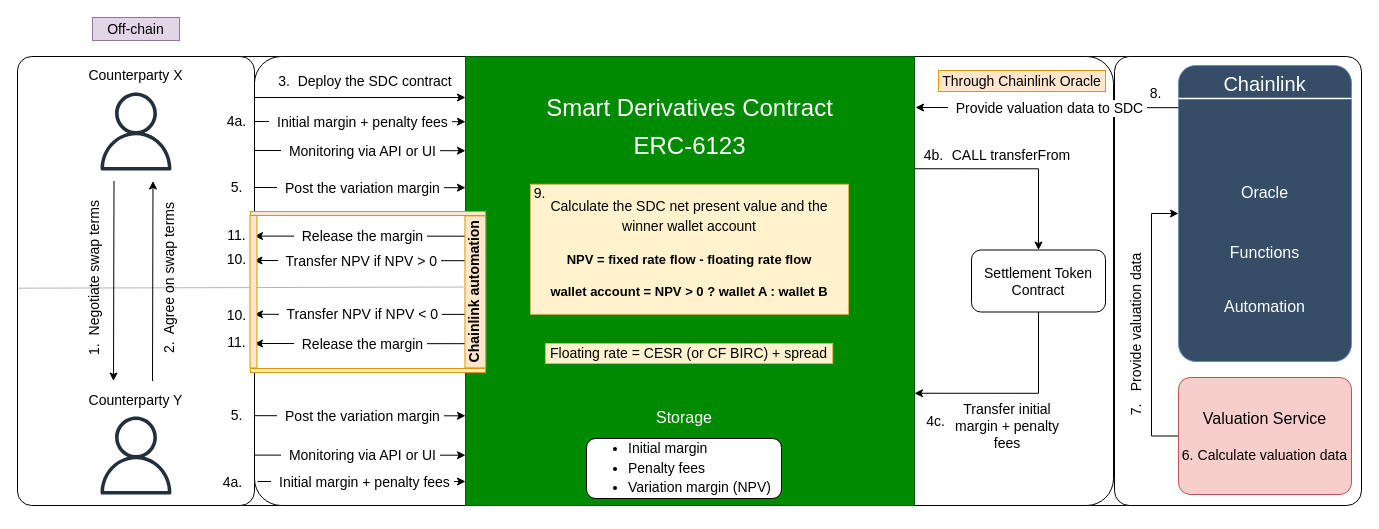
Edoumou/drawings keeps this draw.io diagram as page "PoC" (5 of 7) of qualitaX.drawio. Above is the earlier version. Source tidied: cells renumbered, new cells numbered last; positions are measured from the earlier drawing's top-left corner, leaving out a move shared by most shapes. Both pictures are drawn from the tidied source at 100%, with x=0, y=0 at pixel (13, 17).
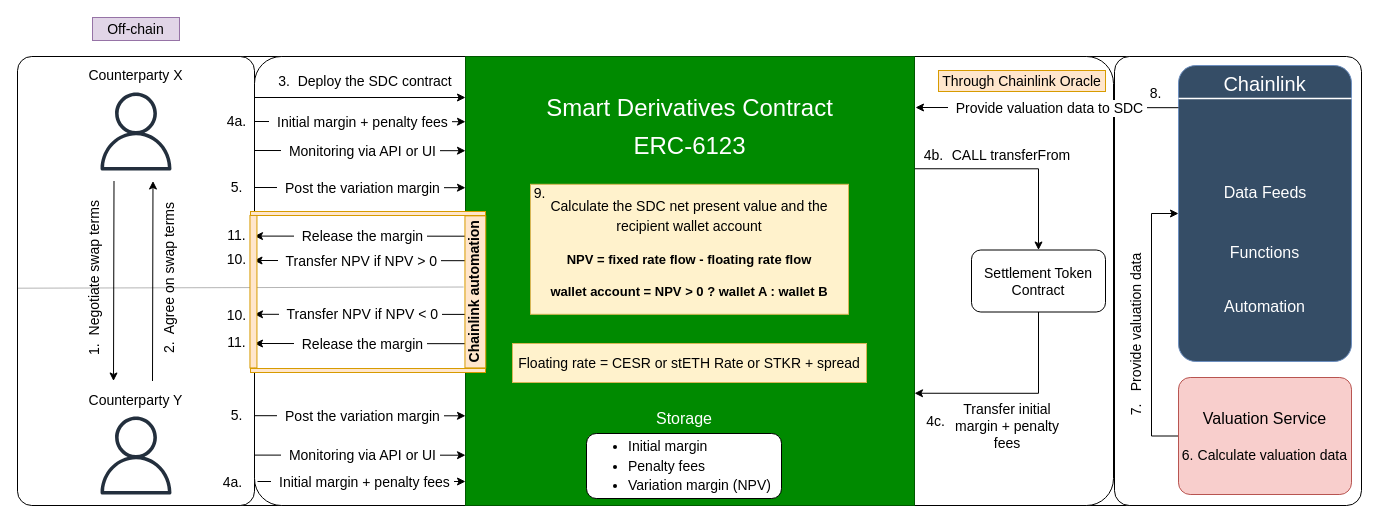
After the change.

Change to the diagram source:
```diff
@@
-    <mxCell id="29" value="&lt;p style=&quot;line-height: 160%;&quot;&gt;&lt;font style=&quot;font-size: 14px;&quot;&gt;Calculate the SDC net present value and the winner wallet account&lt;/font&gt;&lt;/p&gt;&lt;p style=&quot;line-height: 160%;&quot;&gt;&lt;font style=&quot;font-size: 13px;&quot;&gt;&lt;b&gt;NPV = fixed rate flow - floating rate flow&lt;/b&gt;&lt;/font&gt;&lt;/p&gt;&lt;p style=&quot;line-height: 160%;&quot;&gt;&lt;font style=&quot;font-size: 13px;&quot;&gt;&lt;b&gt;wallet account = NPV &amp;gt; 0 ? wallet A : wallet B&lt;/b&gt;&lt;/font&gt;&lt;/p&gt;" style="text;html=1;align=center;verticalAlign=middle;whiteSpace=wrap;rounded=0;fillColor=#fff2cc;strokeColor=#d6b656;" parent="1" vertex="1">
+    <mxCell id="29" value="&lt;p style=&quot;line-height: 160%;&quot;&gt;&lt;font style=&quot;font-size: 14px;&quot;&gt;Calculate the SDC net present value and the recipient wallet account&lt;/font&gt;&lt;/p&gt;&lt;p style=&quot;line-height: 160%;&quot;&gt;&lt;font style=&quot;font-size: 13px;&quot;&gt;&lt;b&gt;NPV = fixed rate flow - floating rate flow&lt;/b&gt;&lt;/font&gt;&lt;/p&gt;&lt;p style=&quot;line-height: 160%;&quot;&gt;&lt;font style=&quot;font-size: 13px;&quot;&gt;&lt;b&gt;wallet account = NPV &amp;gt; 0 ? wallet A : wallet B&lt;/b&gt;&lt;/font&gt;&lt;/p&gt;" style="text;html=1;align=center;verticalAlign=middle;whiteSpace=wrap;rounded=0;fillColor=#fff2cc;strokeColor=#d6b656;" parent="1" vertex="1">
       <mxGeometry x="517" y="166.8" width="318" height="130" as="geometry" />
     </mxCell>
@@
     <mxCell id="38" style="group;" parent="1" vertex="1">
-      <mxGeometry x="1219" y="164" width="65" height="135.5" as="geometry" />
+      <mxGeometry x="1219" y="164" width="86" height="135.5" as="geometry" />
     </mxCell>
-    <mxCell id="39" value="&lt;font color=&quot;#ffffff&quot; style=&quot;font-size: 16px;&quot;&gt;Oracle&lt;/font&gt;" style="text;html=1;align=center;verticalAlign=middle;whiteSpace=wrap;rounded=0;rotation=0;" parent="38" vertex="1">
-      <mxGeometry width="65" height="22" as="geometry" />
+    <mxCell id="39" value="&lt;font color=&quot;#ffffff&quot; style=&quot;font-size: 16px;&quot;&gt;Data Feeds&lt;/font&gt;" style="text;html=1;align=center;verticalAlign=middle;whiteSpace=wrap;rounded=0;rotation=0;" parent="38" vertex="1">
+      <mxGeometry x="-10.5" width="86" height="22" as="geometry" />
     </mxCell>
@@
-    <mxCell id="55" value="&lt;font style=&quot;font-size: 14px;&quot;&gt;Floating rate = CESR (or CF BIRC) + spread&lt;/font&gt;" style="text;html=1;align=center;verticalAlign=middle;whiteSpace=wrap;rounded=0;fillColor=#fff2cc;strokeColor=#d6b656;" parent="1" vertex="1">
-      <mxGeometry x="532" y="326" width="287.2" height="20" as="geometry" />
+    <mxCell id="55" value="&lt;font style=&quot;font-size: 14px;&quot;&gt;Floating rate = CESR or stETH Rate or STKR + spread&lt;/font&gt;" style="text;html=1;align=center;verticalAlign=middle;whiteSpace=wrap;rounded=0;fillColor=#fff2cc;strokeColor=#d6b656;" parent="1" vertex="1">
+      <mxGeometry x="499" y="326" width="354" height="39" as="geometry" />
     </mxCell>
     <mxCell id="56" value="&lt;ul style=&quot;line-height: 140%; font-size: 14px;&quot;&gt;&lt;li&gt;Initial margin&lt;/li&gt;&lt;li&gt;Penalty fees&lt;/li&gt;&lt;li&gt;Variation margin (NPV)&lt;/li&gt;&lt;/ul&gt;" style="rounded=1;whiteSpace=wrap;html=1;align=left;" parent="1" vertex="1">
-      <mxGeometry x="573" y="421" width="195" height="60" as="geometry" />
+      <mxGeometry x="573" y="416" width="195" height="65" as="geometry" />
     </mxCell>
     <mxCell id="57" value="&lt;font color=&quot;#ffffff&quot; style=&quot;font-size: 16px;&quot;&gt;Storage&lt;/font&gt;" style="text;html=1;align=center;verticalAlign=middle;whiteSpace=wrap;rounded=0;" parent="1" vertex="1">
-      <mxGeometry x="640.5" y="385" width="60" height="30" as="geometry" />
+      <mxGeometry x="640.5" y="386" width="60" height="30" as="geometry" />
     </mxCell>
```
